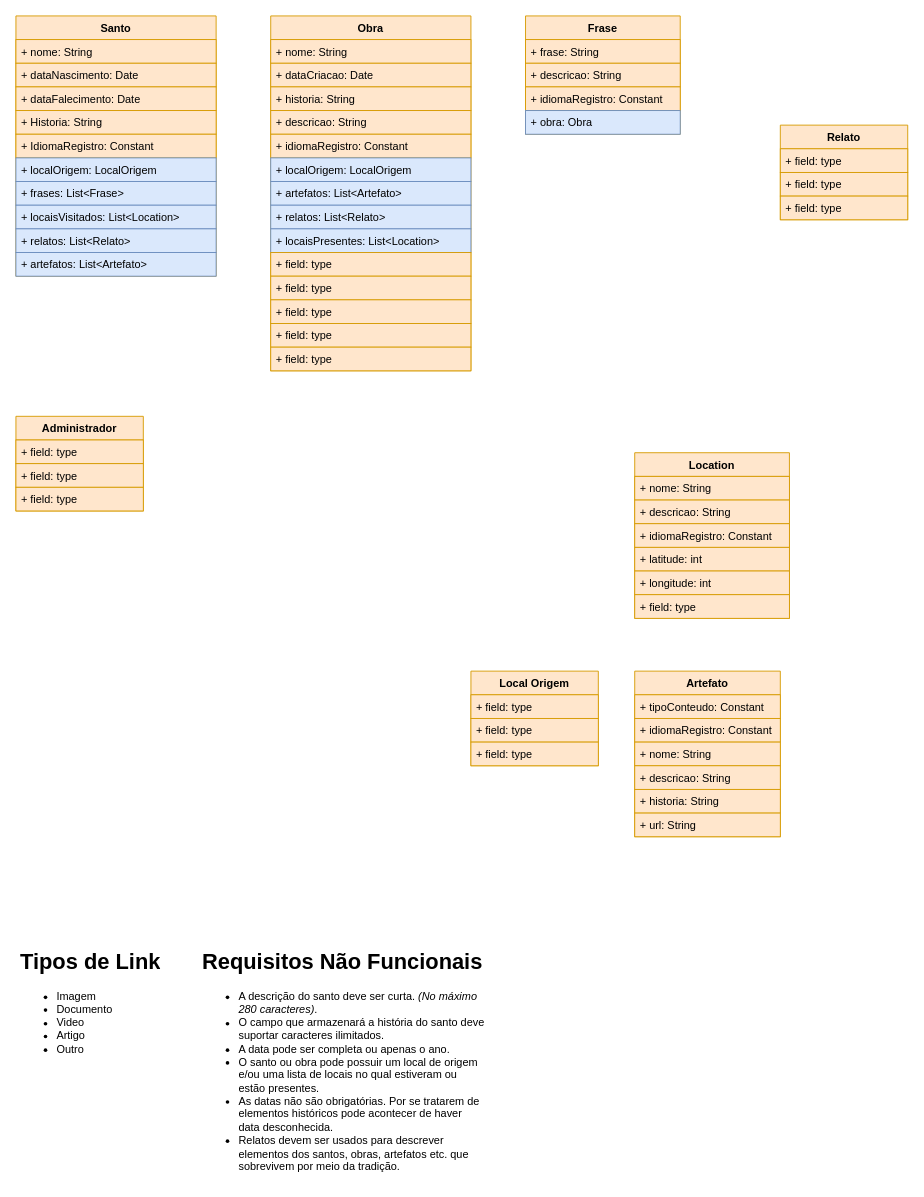
Earlier version of the draw.io diagram page "ClassDiagram" (2 of 2) of Documentation/Untitled Diagram.drawio (the-catholics/Saints-API). Source tidied: cells renumbered, new cells numbered last; positions are measured from the earlier drawing's top-left corner, leaving out a move shared by most shapes. Both pictures are drawn from the tidied source at 91%, with x=0, y=0 at pixel (15, 15).
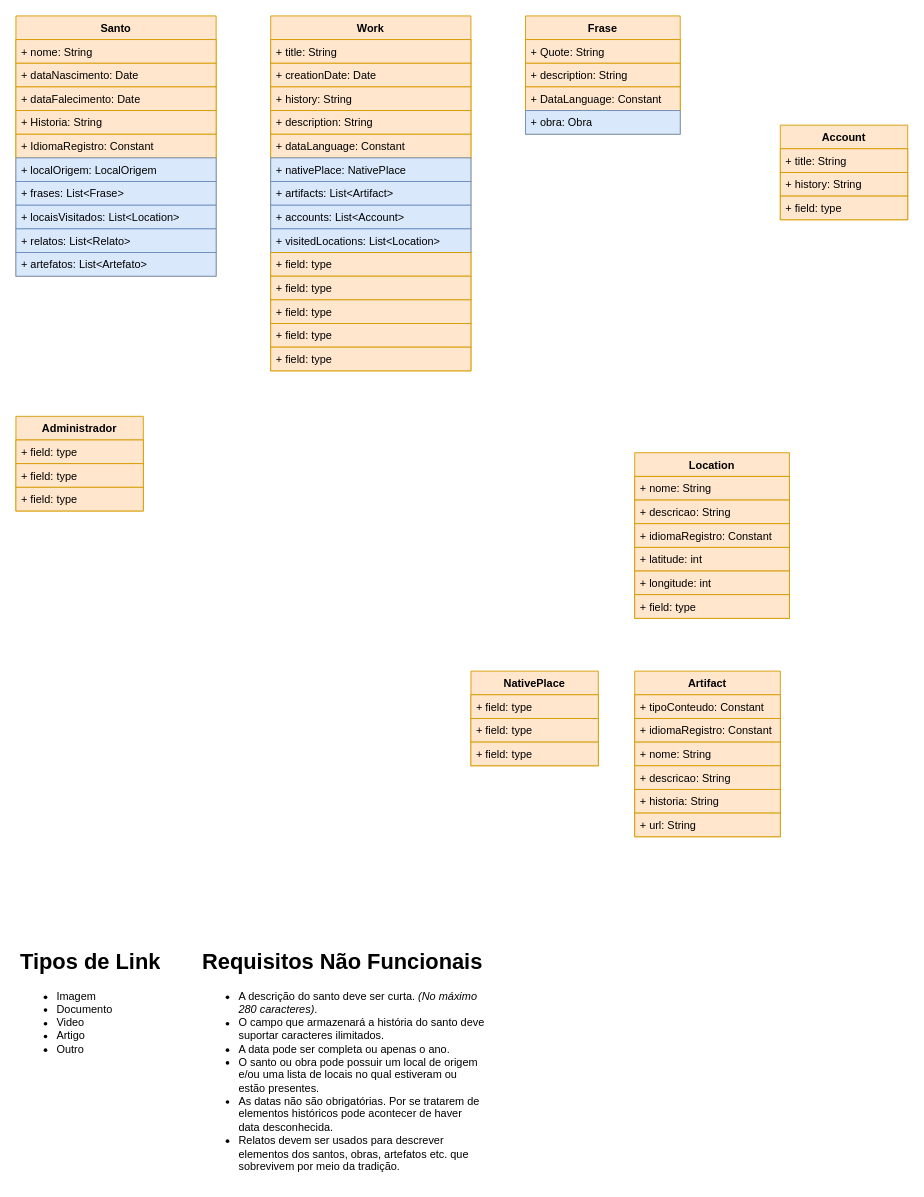
Above is the later version.

Unchanged cells that the change refers to:
```xml
<mxCell id="28" value="Frase" style="swimlane;fontStyle=1;horizontal=1;startSize=26;fillColor=#ffe6cc;strokeColor=#d79b00;" parent="1" vertex="1">
  <mxGeometry x="560" width="170" height="130" as="geometry" />
</mxCell>
```

Diff of the diagram source:
```diff
@@
-    <mxCell id="2" value="Obra" style="swimlane;fontStyle=1;horizontal=1;startSize=26;fillColor=#ffe6cc;strokeColor=#d79b00;" parent="1" vertex="1">
+    <mxCell id="2" value="Work" style="swimlane;fontStyle=1;horizontal=1;startSize=26;fillColor=#ffe6cc;strokeColor=#d79b00;" parent="1" vertex="1">
       <mxGeometry x="280" width="220" height="390" as="geometry" />
     </mxCell>
-    <mxCell id="3" value="+ nome: String" style="text;strokeColor=#d79b00;fillColor=#ffe6cc;align=left;verticalAlign=top;spacingLeft=4;spacingRight=4;overflow=hidden;" parent="2" vertex="1">
+    <mxCell id="3" value="+ title: String" style="text;strokeColor=#d79b00;fillColor=#ffe6cc;align=left;verticalAlign=top;spacingLeft=4;spacingRight=4;overflow=hidden;" parent="2" vertex="1">
       <mxGeometry y="26" width="220" height="26" as="geometry" />
     </mxCell>
-    <mxCell id="4" value="+ dataCriacao: Date" style="text;strokeColor=#d79b00;fillColor=#ffe6cc;align=left;verticalAlign=top;spacingLeft=4;spacingRight=4;overflow=hidden;" parent="2" vertex="1">
+    <mxCell id="4" value="+ creationDate: Date" style="text;strokeColor=#d79b00;fillColor=#ffe6cc;align=left;verticalAlign=top;spacingLeft=4;spacingRight=4;overflow=hidden;" parent="2" vertex="1">
       <mxGeometry y="52" width="220" height="26" as="geometry" />
     </mxCell>
-    <mxCell id="5" value="+ historia: String" style="text;strokeColor=#d79b00;fillColor=#ffe6cc;align=left;verticalAlign=top;spacingLeft=4;spacingRight=4;overflow=hidden;" parent="2" vertex="1">
+    <mxCell id="5" value="+ history: String" style="text;strokeColor=#d79b00;fillColor=#ffe6cc;align=left;verticalAlign=top;spacingLeft=4;spacingRight=4;overflow=hidden;" parent="2" vertex="1">
       <mxGeometry y="78" width="220" height="26" as="geometry" />
     </mxCell>
-    <mxCell id="6" value="+ descricao: String" style="text;strokeColor=#d79b00;fillColor=#ffe6cc;align=left;verticalAlign=top;spacingLeft=4;spacingRight=4;overflow=hidden;" parent="2" vertex="1">
+    <mxCell id="6" value="+ description: String" style="text;strokeColor=#d79b00;fillColor=#ffe6cc;align=left;verticalAlign=top;spacingLeft=4;spacingRight=4;overflow=hidden;" parent="2" vertex="1">
       <mxGeometry y="104" width="220" height="26" as="geometry" />
     </mxCell>
-    <mxCell id="7" value="+ idiomaRegistro: Constant" style="text;strokeColor=#d79b00;fillColor=#ffe6cc;align=left;verticalAlign=top;spacingLeft=4;spacingRight=4;overflow=hidden;" parent="2" vertex="1">
+    <mxCell id="7" value="+ dataLanguage: Constant" style="text;strokeColor=#d79b00;fillColor=#ffe6cc;align=left;verticalAlign=top;spacingLeft=4;spacingRight=4;overflow=hidden;" parent="2" vertex="1">
       <mxGeometry y="130" width="220" height="26" as="geometry" />
     </mxCell>
-    <mxCell id="8" value="+ localOrigem: LocalOrigem" style="text;strokeColor=#6c8ebf;fillColor=#dae8fc;align=left;verticalAlign=top;spacingLeft=4;spacingRight=4;overflow=hidden;" parent="2" vertex="1">
+    <mxCell id="8" value="+ nativePlace: NativePlace" style="text;strokeColor=#6c8ebf;fillColor=#dae8fc;align=left;verticalAlign=top;spacingLeft=4;spacingRight=4;overflow=hidden;" parent="2" vertex="1">
       <mxGeometry y="156" width="220" height="26" as="geometry" />
     </mxCell>
-    <mxCell id="9" value="+ artefatos: List&lt;Artefato&gt;" style="text;strokeColor=#6c8ebf;fillColor=#dae8fc;align=left;verticalAlign=top;spacingLeft=4;spacingRight=4;overflow=hidden;" parent="2" vertex="1">
+    <mxCell id="9" value="+ artifacts: List&lt;Artifact&gt;" style="text;strokeColor=#6c8ebf;fillColor=#dae8fc;align=left;verticalAlign=top;spacingLeft=4;spacingRight=4;overflow=hidden;" parent="2" vertex="1">
       <mxGeometry y="182" width="220" height="26" as="geometry" />
     </mxCell>
-    <mxCell id="10" value="+ relatos: List&lt;Relato&gt;" style="text;strokeColor=#6c8ebf;fillColor=#dae8fc;align=left;verticalAlign=top;spacingLeft=4;spacingRight=4;overflow=hidden;" parent="2" vertex="1">
+    <mxCell id="10" value="+ accounts: List&lt;Account&gt;" style="text;strokeColor=#6c8ebf;fillColor=#dae8fc;align=left;verticalAlign=top;spacingLeft=4;spacingRight=4;overflow=hidden;" parent="2" vertex="1">
       <mxGeometry y="208" width="220" height="26" as="geometry" />
     </mxCell>
-    <mxCell id="11" value="+ locaisPresentes: List&lt;Location&gt;" style="text;strokeColor=#6c8ebf;fillColor=#dae8fc;align=left;verticalAlign=top;spacingLeft=4;spacingRight=4;overflow=hidden;" parent="2" vertex="1">
+    <mxCell id="11" value="+ visitedLocations: List&lt;Location&gt;" style="text;strokeColor=#6c8ebf;fillColor=#dae8fc;align=left;verticalAlign=top;spacingLeft=4;spacingRight=4;overflow=hidden;" parent="2" vertex="1">
       <mxGeometry y="234" width="220" height="26" as="geometry" />
     </mxCell>
@@
-    <mxCell id="29" value="+ frase: String" style="text;strokeColor=#d79b00;fillColor=#ffe6cc;align=left;verticalAlign=top;spacingLeft=4;spacingRight=4;overflow=hidden;" parent="28" vertex="1">
+    <mxCell id="29" value="+ Quote: String" style="text;strokeColor=#d79b00;fillColor=#ffe6cc;align=left;verticalAlign=top;spacingLeft=4;spacingRight=4;overflow=hidden;" parent="28" vertex="1">
       <mxGeometry y="26" width="170" height="26" as="geometry" />
     </mxCell>
-    <mxCell id="30" value="+ descricao: String" style="text;strokeColor=#d79b00;fillColor=#ffe6cc;align=left;verticalAlign=top;spacingLeft=4;spacingRight=4;overflow=hidden;" parent="28" vertex="1">
+    <mxCell id="30" value="+ description: String" style="text;strokeColor=#d79b00;fillColor=#ffe6cc;align=left;verticalAlign=top;spacingLeft=4;spacingRight=4;overflow=hidden;" parent="28" vertex="1">
       <mxGeometry y="52" width="170" height="26" as="geometry" />
     </mxCell>
-    <mxCell id="31" value="+ idiomaRegistro: Constant" style="text;strokeColor=#d79b00;fillColor=#ffe6cc;align=left;verticalAlign=top;spacingLeft=4;spacingRight=4;overflow=hidden;" parent="28" vertex="1">
+    <mxCell id="31" value="+ DataLanguage: Constant" style="text;strokeColor=#d79b00;fillColor=#ffe6cc;align=left;verticalAlign=top;spacingLeft=4;spacingRight=4;overflow=hidden;" parent="28" vertex="1">
       <mxGeometry y="78" width="170" height="26" as="geometry" />
     </mxCell>
@@
-    <mxCell id="38" value="Relato" style="swimlane;fontStyle=1;horizontal=1;startSize=26;fillColor=#ffe6cc;strokeColor=#d79b00;" parent="1" vertex="1">
+    <mxCell id="38" value="Account" style="swimlane;fontStyle=1;horizontal=1;startSize=26;fillColor=#ffe6cc;strokeColor=#d79b00;" parent="1" vertex="1">
       <mxGeometry x="840" y="120" width="140" height="104" as="geometry" />
     </mxCell>
-    <mxCell id="39" value="+ field: type" style="text;strokeColor=#d79b00;fillColor=#ffe6cc;align=left;verticalAlign=top;spacingLeft=4;spacingRight=4;overflow=hidden;" parent="38" vertex="1">
+    <mxCell id="39" value="+ title: String" style="text;strokeColor=#d79b00;fillColor=#ffe6cc;align=left;verticalAlign=top;spacingLeft=4;spacingRight=4;overflow=hidden;" parent="38" vertex="1">
       <mxGeometry y="26" width="140" height="26" as="geometry" />
     </mxCell>
-    <mxCell id="40" value="+ field: type" style="text;strokeColor=#d79b00;fillColor=#ffe6cc;align=left;verticalAlign=top;spacingLeft=4;spacingRight=4;overflow=hidden;" parent="38" vertex="1">
+    <mxCell id="40" value="+ history: String" style="text;strokeColor=#d79b00;fillColor=#ffe6cc;align=left;verticalAlign=top;spacingLeft=4;spacingRight=4;overflow=hidden;" parent="38" vertex="1">
       <mxGeometry y="52" width="140" height="26" as="geometry" />
     </mxCell>
@@
-    <mxCell id="49" value="Local Origem" style="swimlane;fontStyle=1;horizontal=1;startSize=26;fillColor=#ffe6cc;strokeColor=#d79b00;" parent="1" vertex="1">
+    <mxCell id="49" value="NativePlace" style="swimlane;fontStyle=1;horizontal=1;startSize=26;fillColor=#ffe6cc;strokeColor=#d79b00;" parent="1" vertex="1">
       <mxGeometry x="500" y="720" width="140" height="104" as="geometry" />
     </mxCell>
@@
-    <mxCell id="53" value="Artefato" style="swimlane;fontStyle=1;horizontal=1;startSize=26;fillColor=#ffe6cc;strokeColor=#d79b00;" parent="1" vertex="1">
+    <mxCell id="53" value="Artifact" style="swimlane;fontStyle=1;horizontal=1;startSize=26;fillColor=#ffe6cc;strokeColor=#d79b00;" parent="1" vertex="1">
       <mxGeometry x="680" y="720" width="160" height="182" as="geometry" />
     </mxCell>
```
